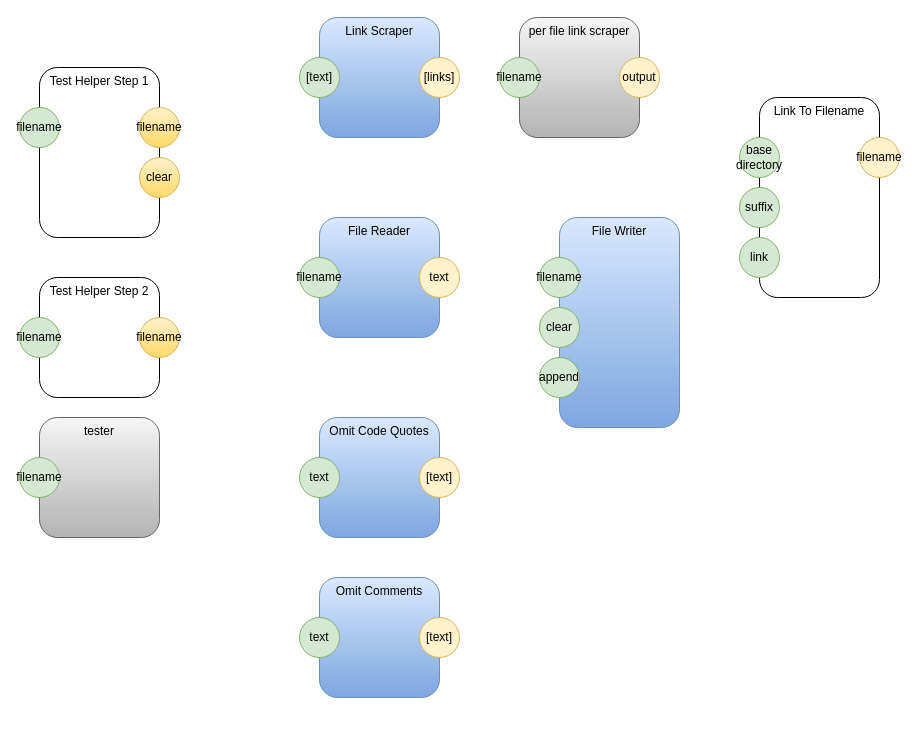
The draw.io diagram page "palette" (1 of 3) of pm-copy.drawio in guitarvydas/pypm, before the edit. Source tidied: cells renumbered, new cells numbered last; positions are measured from the earlier drawing's top-left corner, leaving out a move shared by most shapes. Both pictures are drawn from the tidied source at 100%, with x=0, y=0 at pixel (19, 17).
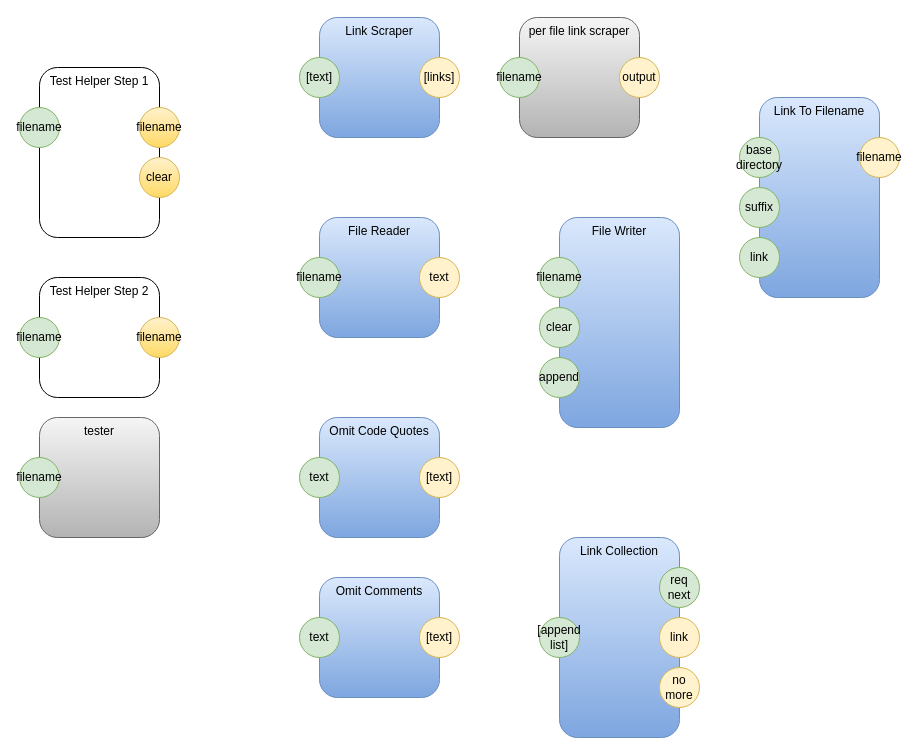
The same page after the edit.

Commit message (it also covers changes not shown here):
link collection light test

Change to the diagram source:
```diff
@@
-    <mxCell id="30" value="Link To Filename" style="rounded=1;whiteSpace=wrap;html=1;horizontal=1;verticalAlign=top;" parent="1" vertex="1">
+    <mxCell id="30" value="Link To Filename" style="rounded=1;whiteSpace=wrap;html=1;horizontal=1;verticalAlign=top;gradientColor=#7ea6e0;fillColor=#dae8fc;strokeColor=#6c8ebf;" parent="1" vertex="1">
       <mxGeometry x="740" y="80" width="120" height="200" as="geometry" />
     </mxCell>
@@
+    <mxCell id="35" value="Link Collection" style="rounded=1;whiteSpace=wrap;html=1;horizontal=1;verticalAlign=top;gradientColor=#7ea6e0;fillColor=#dae8fc;strokeColor=#6c8ebf;" parent="1" vertex="1">
+      <mxGeometry x="540" y="520" width="120" height="200" as="geometry" />
+    </mxCell>
+    <mxCell id="36" value="[append list]" style="ellipse;whiteSpace=wrap;html=1;fillColor=#d5e8d4;strokeColor=#82b366;" parent="1" vertex="1">
+      <mxGeometry x="520" y="600" width="40" height="40" as="geometry" />
+    </mxCell>
+    <mxCell id="37" value="link" style="ellipse;whiteSpace=wrap;html=1;fillColor=#fff2cc;strokeColor=#d6b656;" parent="1" vertex="1">
+      <mxGeometry x="640" y="600" width="40" height="40" as="geometry" />
+    </mxCell>
+    <mxCell id="38" value="no more" style="ellipse;whiteSpace=wrap;html=1;fillColor=#fff2cc;strokeColor=#d6b656;" parent="1" vertex="1">
+      <mxGeometry x="640" y="650" width="40" height="40" as="geometry" />
+    </mxCell>
+    <mxCell id="39" value="req next" style="ellipse;whiteSpace=wrap;html=1;fillColor=#d5e8d4;strokeColor=#82b366;" parent="1" vertex="1">
+      <mxGeometry x="640" y="550" width="40" height="40" as="geometry" />
+    </mxCell>
```
